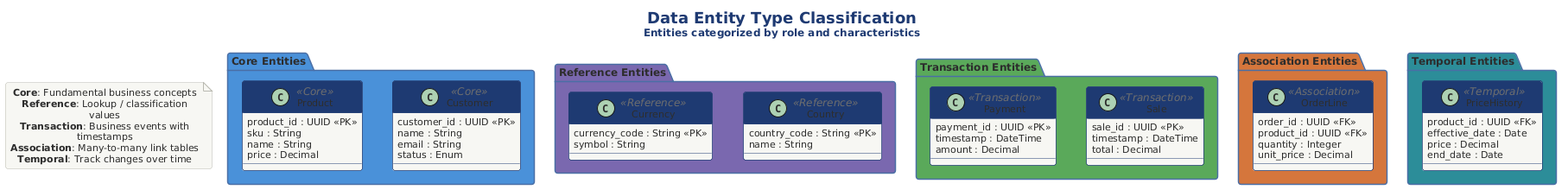
Notoriousjayy/latex-docs keeps this PlantUML diagram as src/architecture/views-and-beyond/style-catalogs/module/data-model-style/png/02-entity-types.png. Above is the earlier version.
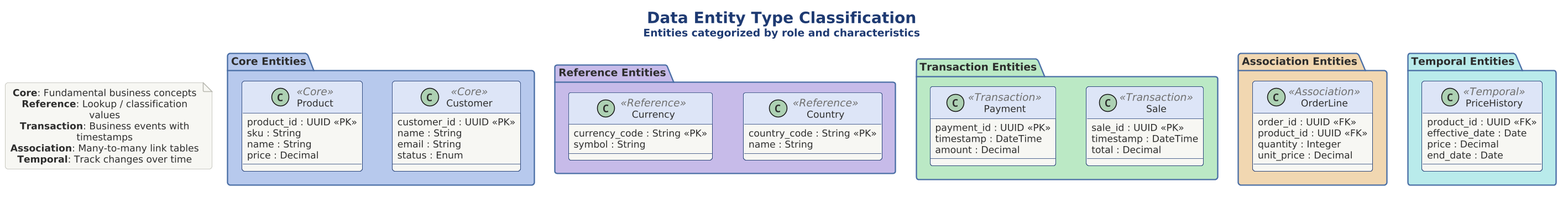
After the change.

Change to the diagram source:
```diff
@@ -1,14 +1,19 @@
 @startuml 02-entity-types
+
+skinparam dpi 150
+
+
+
 !include ../../../../../../tooling/styles/plantuml/structural/package-diagram-style.iuml
 
-!define CORE #4A90D9
-!define REF #7B68AE
-!define TRANS #5BA85B
-!define ASSOC #D4763C
-!define AGG #C0564B
-!define TEMP #2C8C99
-!define LIGHT_BG #FAFAFA
-!define BORDER #3A3A3A
+!define CORE $deep_primary
+!define REF $deep_alt
+!define TRANS $deep_ok
+!define ASSOC $deep_caution
+!define AGG $line_invalid
+!define TEMP $deep_dynamic
+!define LIGHT_BG $theme_surface
+!define BORDER $line_primary
 
 title <size:18><b>Data Entity Type Classification</b></size>\n<size:12>Entities categorized by role and characteristics</size>
 
```
